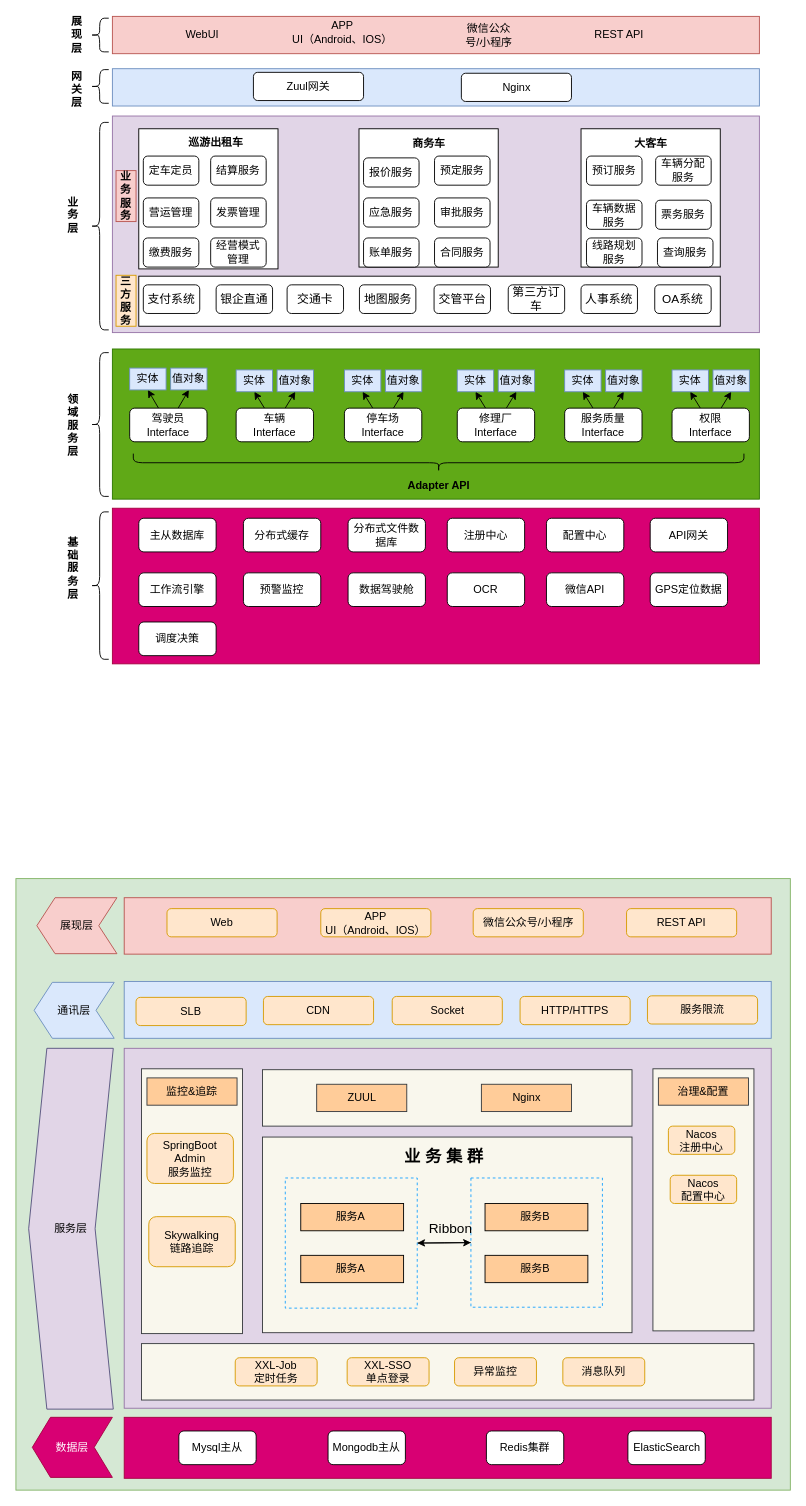
The draw.io diagram 汽车公司-应用架构.drawio in ammengke/my-drawio, before the edit. Source tidied: cells renumbered, new cells numbered last; positions are measured from the earlier drawing's top-left corner, leaving out a move shared by most shapes. Both pictures are drawn from the tidied source at 91%, with x=0, y=0 at pixel (15, 15).
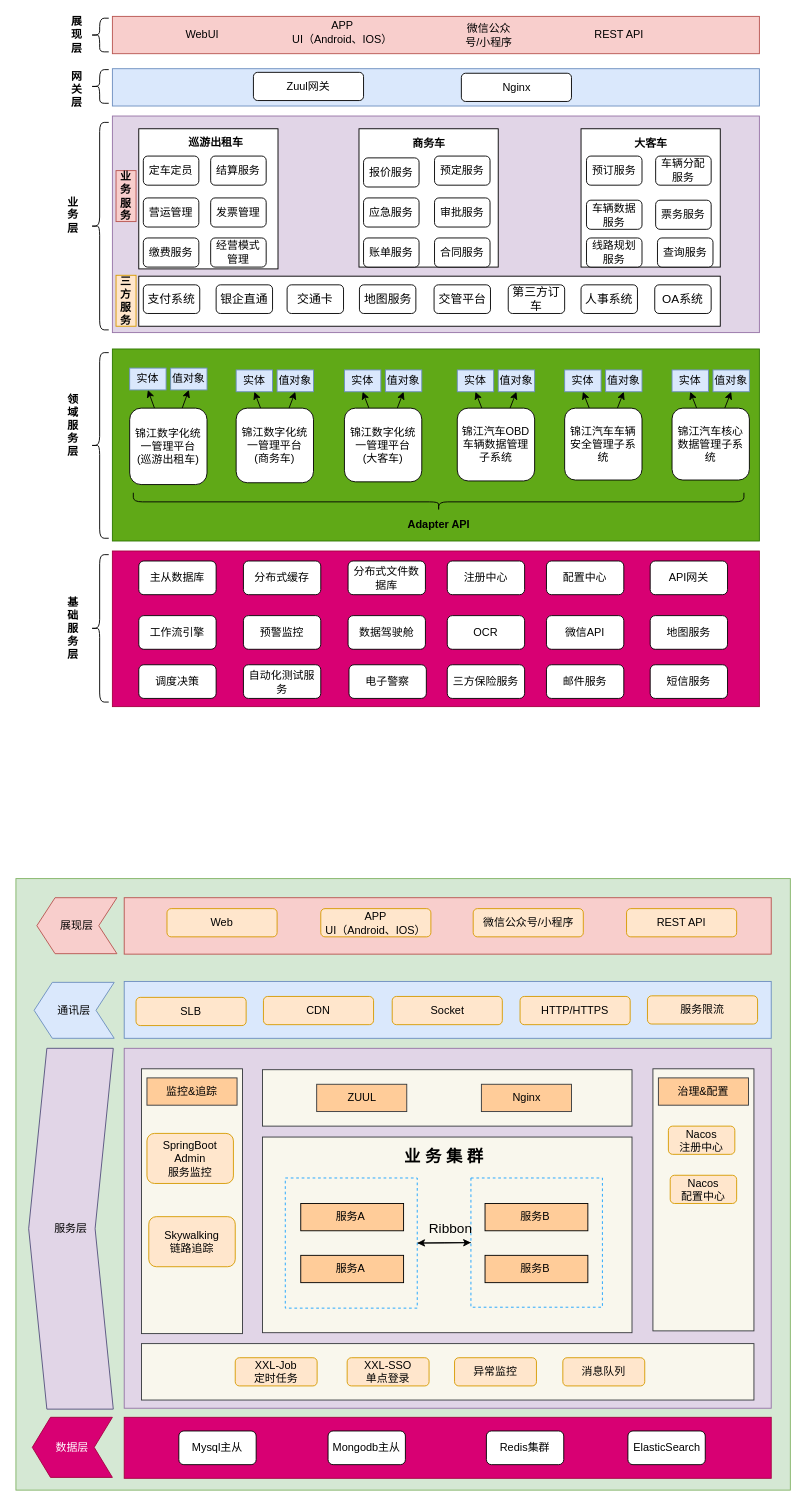
The same diagram, later.

Commit message:
Update 汽车公司-应用架构.drawio

Diff of the diagram source:
```diff
@@
     <mxCell id="3" style="shape=curlyBracket;whiteSpace=wrap;html=1;rounded=1;" parent="1" vertex="1">
-      <mxGeometry x="82" y="545" width="20" height="162" as="geometry" />
+      <mxGeometry x="82" y="592" width="20" height="162" as="geometry" />
     </mxCell>
     <mxCell id="4" style="rounded=0;whiteSpace=wrap;html=1;fillColor=#d80073;fontColor=#ffffff;strokeColor=#A50040;" parent="1" vertex="1">
-      <mxGeometry x="106" y="541" width="711" height="171" as="geometry" />
+      <mxGeometry x="106" y="588" width="711" height="171" as="geometry" />
     </mxCell>
     <mxCell id="5" value="基&lt;br&gt;础&lt;br&gt;服&lt;br&gt;务&lt;br&gt;层" style="text;html=1;strokeColor=none;fillColor=none;align=center;verticalAlign=middle;whiteSpace=wrap;rounded=0;fontStyle=1;" parent="1" vertex="1">
-      <mxGeometry x="33" y="536" width="60" height="141" as="geometry" />
+      <mxGeometry x="33" y="602.5" width="60" height="141" as="geometry" />
     </mxCell>
     <mxCell id="6" value="主从数据库" style="rounded=1;whiteSpace=wrap;html=1;" parent="1" vertex="1">
-      <mxGeometry x="135" y="552" width="85" height="37" as="geometry" />
+      <mxGeometry x="135" y="599" width="85" height="37" as="geometry" />
     </mxCell>
     <mxCell id="7" value="&lt;span style=&quot;text-align: left&quot;&gt;工作流引擎&lt;/span&gt;" style="rounded=1;whiteSpace=wrap;html=1;" parent="1" vertex="1">
-      <mxGeometry x="135" y="612" width="85" height="37" as="geometry" />
+      <mxGeometry x="135" y="659" width="85" height="37" as="geometry" />
     </mxCell>
     <mxCell id="8" value="分布式缓存" style="rounded=1;whiteSpace=wrap;html=1;" parent="1" vertex="1">
-      <mxGeometry x="250" y="552" width="85" height="37" as="geometry" />
+      <mxGeometry x="250" y="599" width="85" height="37" as="geometry" />
     </mxCell>
     <mxCell id="9" value="分布式文件数据库" style="rounded=1;whiteSpace=wrap;html=1;" parent="1" vertex="1">
-      <mxGeometry x="365" y="552" width="85" height="37" as="geometry" />
+      <mxGeometry x="365" y="599" width="85" height="37" as="geometry" />
     </mxCell>
     <mxCell id="10" value="注册中心" style="rounded=1;whiteSpace=wrap;html=1;" parent="1" vertex="1">
-      <mxGeometry x="474" y="552" width="85" height="37" as="geometry" />
+      <mxGeometry x="474" y="599" width="85" height="37" as="geometry" />
     </mxCell>
     <mxCell id="11" value="配置中心" style="rounded=1;whiteSpace=wrap;html=1;" parent="1" vertex="1">
-      <mxGeometry x="583" y="552" width="85" height="37" as="geometry" />
+      <mxGeometry x="583" y="599" width="85" height="37" as="geometry" />
     </mxCell>
     <mxCell id="12" value="API网关" style="rounded=1;whiteSpace=wrap;html=1;" parent="1" vertex="1">
-      <mxGeometry x="697" y="552" width="85" height="37" as="geometry" />
+      <mxGeometry x="697" y="599" width="85" height="37" as="geometry" />
     </mxCell>
     <mxCell id="13" value="预警监控" style="rounded=1;whiteSpace=wrap;html=1;" parent="1" vertex="1">
-      <mxGeometry x="250" y="612" width="85" height="37" as="geometry" />
+      <mxGeometry x="250" y="659" width="85" height="37" as="geometry" />
     </mxCell>
     <mxCell id="14" value="OCR" style="rounded=1;whiteSpace=wrap;html=1;" parent="1" vertex="1">
-      <mxGeometry x="474" y="612" width="85" height="37" as="geometry" />
+      <mxGeometry x="474" y="659" width="85" height="37" as="geometry" />
     </mxCell>
     <mxCell id="15" value="微信API" style="rounded=1;whiteSpace=wrap;html=1;" parent="1" vertex="1">
-      <mxGeometry x="583" y="612" width="85" height="37" as="geometry" />
+      <mxGeometry x="583" y="659" width="85" height="37" as="geometry" />
     </mxCell>
-    <mxCell id="16" value="GPS定位数据" style="rounded=1;whiteSpace=wrap;html=1;" parent="1" vertex="1">
-      <mxGeometry x="697" y="612" width="85" height="37" as="geometry" />
+    <mxCell id="16" value="地图服务" style="rounded=1;whiteSpace=wrap;html=1;" parent="1" vertex="1">
+      <mxGeometry x="697" y="659" width="85" height="37" as="geometry" />
     </mxCell>
     <mxCell id="17" value="数据驾驶舱" style="rounded=1;whiteSpace=wrap;html=1;" parent="1" vertex="1">
-      <mxGeometry x="365" y="612" width="85" height="37" as="geometry" />
+      <mxGeometry x="365" y="659" width="85" height="37" as="geometry" />
     </mxCell>
     <mxCell id="18" style="rounded=0;whiteSpace=wrap;html=1;fillColor=#60a917;fontColor=#ffffff;strokeColor=#2D7600;" parent="1" vertex="1">
-      <mxGeometry x="106" y="366" width="711" height="165" as="geometry" />
+      <mxGeometry x="106" y="366" width="711" height="211" as="geometry" />
     </mxCell>
@@
     <mxCell id="20" style="shape=curlyBracket;whiteSpace=wrap;html=1;rounded=1;" parent="1" vertex="1">
-      <mxGeometry x="82" y="370" width="20" height="158" as="geometry" />
+      <mxGeometry x="82" y="370" width="20" height="204" as="geometry" />
     </mxCell>
@@
-    <mxCell id="23" value="权限&lt;br&gt;Interface" style="rounded=1;whiteSpace=wrap;html=1;" parent="1" vertex="1">
-      <mxGeometry x="721" y="431" width="85" height="37" as="geometry" />
+    <mxCell id="23" value="锦江汽车核心数据管理子系统" style="rounded=1;whiteSpace=wrap;html=1;" parent="1" vertex="1">
+      <mxGeometry x="721" y="431" width="85" height="79" as="geometry" />
     </mxCell>
@@
-    <mxCell id="26" value="驾驶员 Interface" style="rounded=1;whiteSpace=wrap;html=1;" parent="1" vertex="1">
-      <mxGeometry x="125" y="431" width="85" height="37" as="geometry" />
+    <mxCell id="26" value="锦江数字化统一管理平台&lt;br&gt;(巡游出租车)" style="rounded=1;whiteSpace=wrap;html=1;" parent="1" vertex="1">
+      <mxGeometry x="125" y="431" width="85" height="84" as="geometry" />
     </mxCell>
@@
-    <mxCell id="29" value="车辆&lt;br&gt;Interface" style="rounded=1;whiteSpace=wrap;html=1;" parent="1" vertex="1">
-      <mxGeometry x="242" y="431" width="85" height="37" as="geometry" />
+    <mxCell id="29" value="锦江数字化统一管理平台&lt;br&gt;(商务车)" style="rounded=1;whiteSpace=wrap;html=1;" parent="1" vertex="1">
+      <mxGeometry x="242" y="431" width="85" height="82" as="geometry" />
     </mxCell>
@@
-    <mxCell id="32" value="停车场&lt;br&gt;Interface" style="rounded=1;whiteSpace=wrap;html=1;" parent="1" vertex="1">
-      <mxGeometry x="361" y="431" width="85" height="37" as="geometry" />
+    <mxCell id="32" value="锦江数字化统一管理平台&lt;br&gt;(大客车)" style="rounded=1;whiteSpace=wrap;html=1;" parent="1" vertex="1">
+      <mxGeometry x="361" y="431" width="85" height="81" as="geometry" />
     </mxCell>
@@
-    <mxCell id="35" value="修理厂&lt;br&gt;Interface" style="rounded=1;whiteSpace=wrap;html=1;" parent="1" vertex="1">
-      <mxGeometry x="485" y="431" width="85" height="37" as="geometry" />
+    <mxCell id="35" value="锦江汽车OBD车辆数据管理子系统" style="rounded=1;whiteSpace=wrap;html=1;" parent="1" vertex="1">
+      <mxGeometry x="485" y="431" width="85" height="80" as="geometry" />
     </mxCell>
@@
-    <mxCell id="38" value="服务质量&lt;br&gt;Interface" style="rounded=1;whiteSpace=wrap;html=1;" parent="1" vertex="1">
-      <mxGeometry x="603" y="431" width="85" height="37" as="geometry" />
+    <mxCell id="38" value="锦江汽车车辆安全管理子系统" style="rounded=1;whiteSpace=wrap;html=1;" parent="1" vertex="1">
+      <mxGeometry x="603" y="431" width="85" height="79" as="geometry" />
     </mxCell>
     <mxCell id="39" style="shape=curlyBracket;whiteSpace=wrap;html=1;rounded=1;flipH=1;fontColor=#000000;size=0.5;direction=north;" parent="1" vertex="1">
-      <mxGeometry x="129" y="481" width="671" height="20" as="geometry" />
+      <mxGeometry x="129" y="524" width="671" height="20" as="geometry" />
     </mxCell>
     <mxCell id="40" value="Adapter API" style="text;html=1;strokeColor=none;fillColor=none;align=center;verticalAlign=middle;whiteSpace=wrap;rounded=0;fontColor=#000000;fontStyle=1;" parent="1" vertex="1">
-      <mxGeometry x="414.5" y="501" width="100" height="30" as="geometry" />
+      <mxGeometry x="414.5" y="544" width="100" height="30" as="geometry" />
     </mxCell>
@@
     <mxCell id="103" value="&lt;span style=&quot;text-align: left&quot;&gt;调度决策&lt;/span&gt;" style="rounded=1;whiteSpace=wrap;html=1;" parent="1" vertex="1">
-      <mxGeometry x="135" y="666" width="85" height="37" as="geometry" />
+      <mxGeometry x="135" y="713" width="85" height="37" as="geometry" />
     </mxCell>
@@
+    <mxCell id="152" value="短信服务" style="rounded=1;whiteSpace=wrap;html=1;" parent="1" vertex="1">
+      <mxGeometry x="697" y="713" width="85" height="37" as="geometry" />
+    </mxCell>
+    <mxCell id="153" value="邮件服务" style="rounded=1;whiteSpace=wrap;html=1;" parent="1" vertex="1">
+      <mxGeometry x="583" y="713" width="85" height="37" as="geometry" />
+    </mxCell>
+    <mxCell id="154" value="三方保险服务" style="rounded=1;whiteSpace=wrap;html=1;" parent="1" vertex="1">
+      <mxGeometry x="474" y="713" width="85" height="37" as="geometry" />
+    </mxCell>
+    <mxCell id="155" value="电子警察" style="rounded=1;whiteSpace=wrap;html=1;" parent="1" vertex="1">
+      <mxGeometry x="366" y="713" width="85" height="37" as="geometry" />
+    </mxCell>
+    <mxCell id="156" value="自动化测试服务" style="rounded=1;whiteSpace=wrap;html=1;" parent="1" vertex="1">
+      <mxGeometry x="250" y="713" width="85" height="37" as="geometry" />
+    </mxCell>
```
